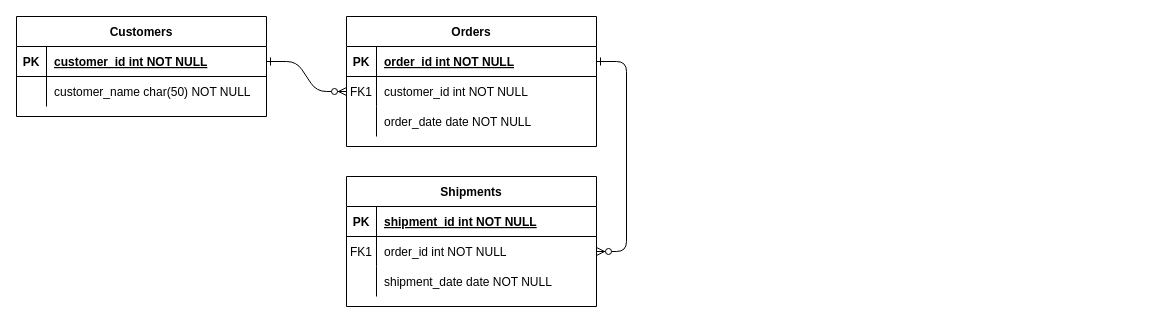
This is Diagrama sin título.drawio from 5arSanti/Curso-de-PHP-Bases-de-Datos, a draw.io file, before an edit. Source tidied: cells renumbered, new cells numbered last; positions are measured from the earlier drawing's top-left corner, leaving out a move shared by most shapes. Both pictures are drawn from the tidied source at 100%, with x=0, y=0 at pixel (16, 16).
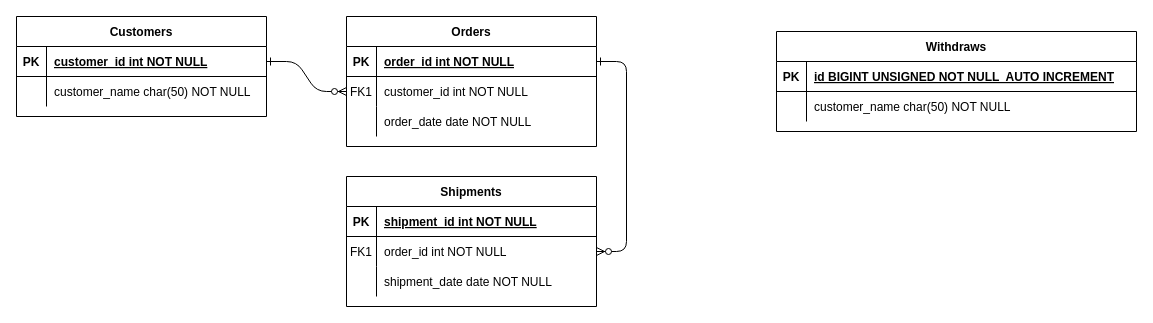
The same diagram, later.

Change to the diagram source:
```diff
@@
+    <mxCell id="31" value="Withdraws" style="shape=table;startSize=30;childLayout=tableLayout;rowLines=0;fontStyle=1;align=center;" parent="1" vertex="1">
+      <mxGeometry x="760" y="15" width="360" height="100" as="geometry" />
+    </mxCell>
+    <mxCell id="32" style="shape=partialRectangle;fillColor=none;top=0;left=0;right=0;bottom=1;" parent="31" vertex="1">
+      <mxGeometry y="30" width="360" height="30" as="geometry" />
+    </mxCell>
+    <mxCell id="33" value="PK" style="shape=partialRectangle;overflow=hidden;fillColor=none;top=0;left=0;bottom=0;right=0;fontStyle=1;" parent="32" vertex="1">
+      <mxGeometry width="30" height="30" as="geometry" />
+    </mxCell>
+    <mxCell id="34" value="id BIGINT UNSIGNED NOT NULL  AUTO INCREMENT" style="shape=partialRectangle;overflow=hidden;fillColor=none;top=0;left=0;bottom=0;right=0;align=left;spacingLeft=6;fontStyle=5;" parent="32" vertex="1">
+      <mxGeometry x="30" width="330" height="30" as="geometry" />
+    </mxCell>
+    <mxCell id="35" style="shape=partialRectangle;fillColor=none;top=0;left=0;right=0;bottom=0;" parent="31" vertex="1">
+      <mxGeometry y="60" width="360" height="30" as="geometry" />
+    </mxCell>
+    <mxCell id="36" style="shape=partialRectangle;overflow=hidden;fillColor=none;top=0;left=0;bottom=0;right=0;" parent="35" vertex="1">
+      <mxGeometry width="30" height="30" as="geometry" />
+    </mxCell>
+    <mxCell id="37" value="customer_name char(50) NOT NULL" style="shape=partialRectangle;overflow=hidden;fillColor=none;top=0;left=0;bottom=0;right=0;align=left;spacingLeft=6;" parent="35" vertex="1">
+      <mxGeometry x="30" width="330" height="30" as="geometry" />
+    </mxCell>
```
